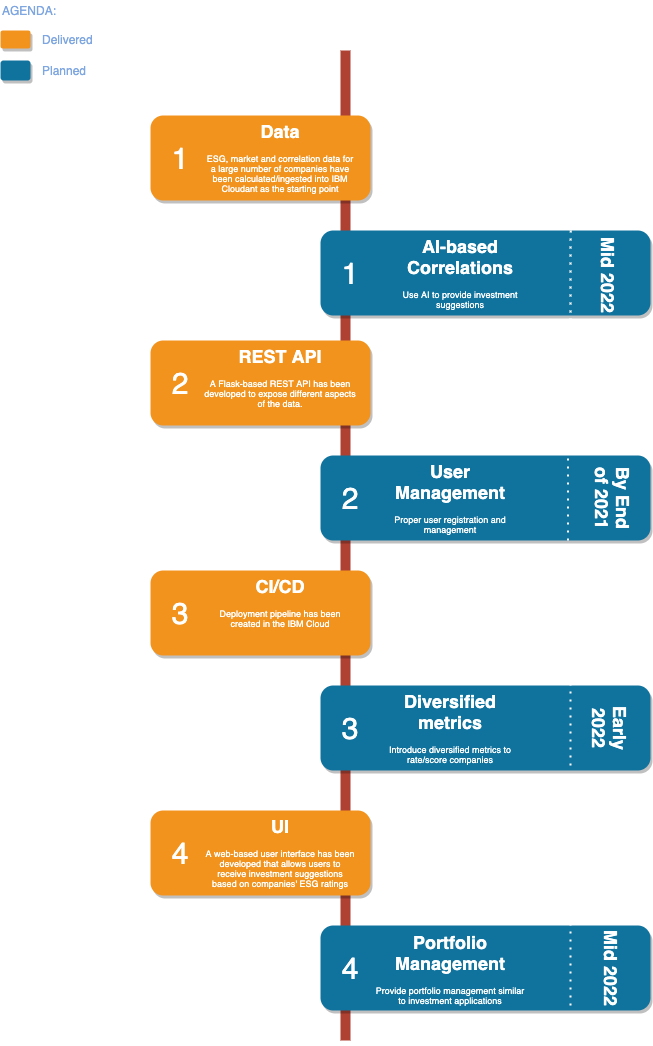
Above: docs/roadmap.png in corentinthomasset/call-for-code-2021 (draw.io), before the change. Source tidied: cells renumbered, new cells last; positions are measured from the earlier drawing's top-left corner, leaving out a move shared by most shapes.
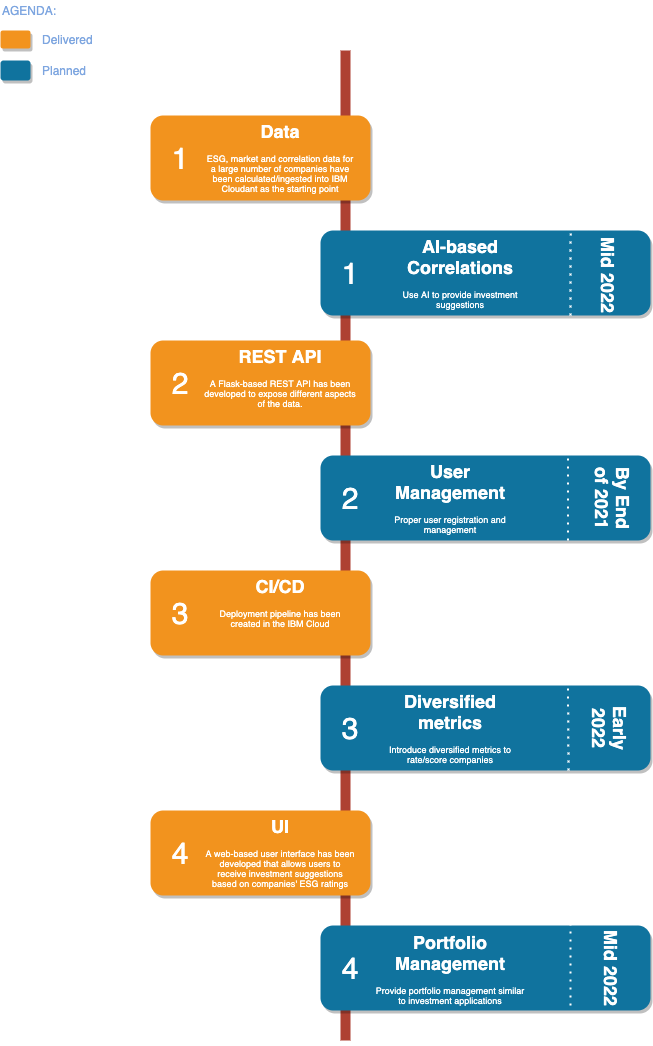
After the commit.

Change to the diagram source:
```diff
@@ -97,13 +97,12 @@
     </mxCell>
     <mxCell id="33" style="endArrow=none;dashed=1;html=1;dashPattern=1 3;strokeWidth=2;fontColor=#7EA6E0;labelBorderColor=#FFFFFF;strokeColor=#FFFFFF;entryX=0.758;entryY=0;entryDx=0;entryDy=0;entryPerimeter=0;" parent="1" edge="1" target="5">
       <mxGeometry relative="1" as="geometry">
-        <mxPoint x="570" y="320" as="sourcePoint" />
+        <mxPoint x="570" y="315" as="sourcePoint" />
       </mxGeometry>
     </mxCell>
-    <mxCell id="34" style="endArrow=none;dashed=1;html=1;dashPattern=1 3;strokeWidth=2;fontColor=#7EA6E0;labelBorderColor=#FFFFFF;strokeColor=#FFFFFF;entryX=0.75;entryY=0;entryDx=0;entryDy=0;exitX=0.75;exitY=1;exitDx=0;exitDy=0;" parent="1" edge="1">
+    <mxCell id="34" style="endArrow=none;dashed=1;html=1;dashPattern=1 3;strokeWidth=2;fontColor=#7EA6E0;labelBorderColor=#FFFFFF;strokeColor=#FFFFFF;entryX=0.75;entryY=0;entryDx=0;entryDy=0;" parent="1" edge="1" target="13">
       <mxGeometry relative="1" as="geometry">
-        <mxPoint x="570" y="765" as="sourcePoint" />
-        <mxPoint x="570" y="680" as="targetPoint" />
+        <mxPoint x="568" y="770" as="sourcePoint" />
       </mxGeometry>
     </mxCell>
     <mxCell id="35" style="endArrow=none;dashed=1;html=1;dashPattern=1 3;strokeWidth=2;fontColor=#7EA6E0;labelBorderColor=#FFFFFF;strokeColor=#FFFFFF;entryX=0.75;entryY=0;entryDx=0;entryDy=0;exitX=0.75;exitY=1;exitDx=0;exitDy=0;" parent="1" edge="1">
```
